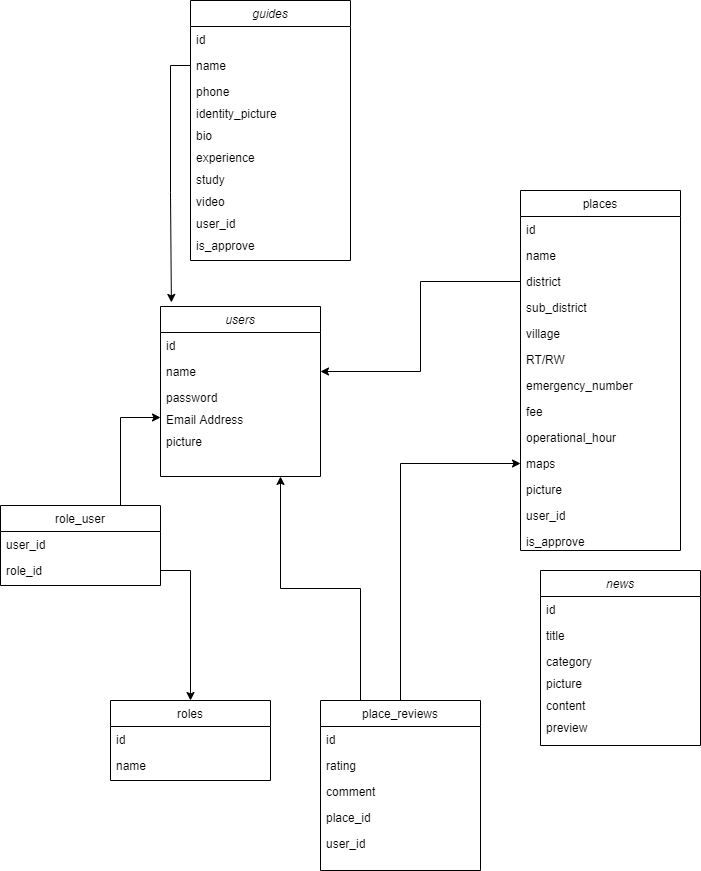
bayuprra/pariwisata-babel keeps this draw.io diagram as uml/classnew.drawio.png. Above is the earlier version. Source tidied: cells renumbered, new cells last; positions are measured from the earlier drawing's top-left corner, leaving out a move shared by most shapes.
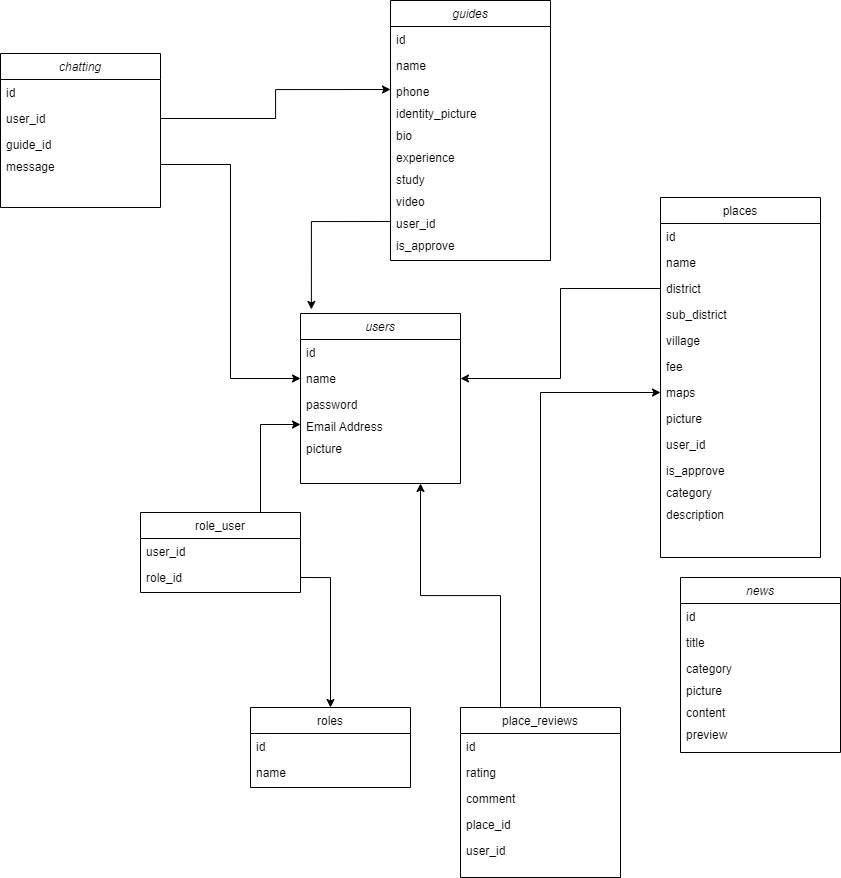
After the commit.

Commit message:
view place and chatting

Change to the diagram source:
```diff
@@ -71,30 +71,27 @@
     <mxCell id="24" value="village" style="text;align=left;verticalAlign=top;spacingLeft=4;spacingRight=4;overflow=hidden;rounded=0;shadow=0;html=0;" parent="19" vertex="1">
       <mxGeometry y="130" width="160" height="26" as="geometry" />
     </mxCell>
-    <mxCell id="25" value="RT/RW" style="text;align=left;verticalAlign=top;spacingLeft=4;spacingRight=4;overflow=hidden;" parent="19" vertex="1">
-      <mxGeometry y="156" width="160" height="26" as="geometry" />
-    </mxCell>
-    <mxCell id="26" value="emergency_number" style="text;align=left;verticalAlign=top;spacingLeft=4;spacingRight=4;overflow=hidden;" parent="19" vertex="1">
-      <mxGeometry y="182" width="160" height="26" as="geometry" />
-    </mxCell>
     <mxCell id="27" value="fee" style="text;align=left;verticalAlign=top;spacingLeft=4;spacingRight=4;overflow=hidden;" parent="19" vertex="1">
-      <mxGeometry y="208" width="160" height="26" as="geometry" />
+      <mxGeometry y="156" width="160" height="26" as="geometry" />
     </mxCell>
-    <mxCell id="28" value="operational_hour" style="text;align=left;verticalAlign=top;spacingLeft=4;spacingRight=4;overflow=hidden;" parent="19" vertex="1">
-      <mxGeometry y="234" width="160" height="26" as="geometry" />
-    </mxCell>
     <mxCell id="29" value="maps" style="text;align=left;verticalAlign=top;spacingLeft=4;spacingRight=4;overflow=hidden;points=[[0,0.5],[1,0.5]];portConstraint=eastwest;" parent="19" vertex="1">
-      <mxGeometry y="260" width="160" height="26" as="geometry" />
+      <mxGeometry y="182" width="160" height="26" as="geometry" />
     </mxCell>
     <mxCell id="30" value="picture" style="text;align=left;verticalAlign=top;spacingLeft=4;spacingRight=4;overflow=hidden;" parent="19" vertex="1">
-      <mxGeometry y="286" width="160" height="26" as="geometry" />
+      <mxGeometry y="208" width="160" height="26" as="geometry" />
     </mxCell>
     <mxCell id="31" value="user_id" style="text;align=left;verticalAlign=top;spacingLeft=4;spacingRight=4;overflow=hidden;" parent="19" vertex="1">
-      <mxGeometry y="312" width="160" height="26" as="geometry" />
+      <mxGeometry y="234" width="160" height="26" as="geometry" />
     </mxCell>
     <mxCell id="32" value="is_approve" style="text;align=left;verticalAlign=top;spacingLeft=4;spacingRight=4;overflow=hidden;rounded=0;shadow=0;html=0;" parent="19" vertex="1">
-      <mxGeometry y="338" width="160" height="22" as="geometry" />
+      <mxGeometry y="260" width="160" height="22" as="geometry" />
     </mxCell>
+    <mxCell id="58" value="category" style="text;align=left;verticalAlign=top;spacingLeft=4;spacingRight=4;overflow=hidden;rounded=0;shadow=0;html=0;" parent="19" vertex="1">
+      <mxGeometry y="282" width="160" height="22" as="geometry" />
+    </mxCell>
+    <mxCell id="59" value="description" style="text;align=left;verticalAlign=top;spacingLeft=4;spacingRight=4;overflow=hidden;rounded=0;shadow=0;html=0;" parent="19" vertex="1">
+      <mxGeometry y="304" width="160" height="22" as="geometry" />
+    </mxCell>
     <mxCell id="33" style="edgeStyle=orthogonalEdgeStyle;rounded=0;jettySize=auto;html=1;exitX=0.75;exitY=0;exitDx=0;exitDy=0;entryX=0;entryY=0.5;entryDx=0;entryDy=0;" parent="1" edge="1" source="34" target="6">
       <mxGeometry relative="1" as="geometry" />
     </mxCell>
@@ -132,7 +129,7 @@
       <mxGeometry relative="1" as="geometry" />
     </mxCell>
     <mxCell id="45" value="guides" style="swimlane;fontStyle=2;align=center;verticalAlign=top;horizontal=1;startSize=26;rounded=0;shadow=0;strokeWidth=1;" parent="1" vertex="1">
-      <mxGeometry x="190" width="160" height="260" as="geometry" />
+      <mxGeometry x="250" y="-7" width="160" height="260" as="geometry" />
     </mxCell>
     <mxCell id="46" value="id" style="text;align=left;verticalAlign=top;spacingLeft=4;spacingRight=4;overflow=hidden;" parent="45" vertex="1">
       <mxGeometry y="26" width="160" height="26" as="geometry" />
@@ -164,11 +161,32 @@
     <mxCell id="55" value="is_approve" style="text;align=left;verticalAlign=top;spacingLeft=4;spacingRight=4;overflow=hidden;rounded=0;shadow=0;html=0;" parent="45" vertex="1">
       <mxGeometry y="232" width="160" height="22" as="geometry" />
     </mxCell>
-    <mxCell id="56" style="edgeStyle=orthogonalEdgeStyle;rounded=0;jettySize=auto;html=1;exitX=0;exitY=0.5;exitDx=0;exitDy=0;entryX=0.068;entryY=-0.024;entryDx=0;entryDy=0;entryPerimeter=0;" parent="1" edge="1" source="47" target="2">
+    <mxCell id="56" style="edgeStyle=orthogonalEdgeStyle;rounded=0;jettySize=auto;html=1;exitX=0;exitY=0.5;exitDx=0;exitDy=0;entryX=0.068;entryY=-0.024;entryDx=0;entryDy=0;entryPerimeter=0;" parent="1" edge="1" source="54" target="2">
       <mxGeometry relative="1" as="geometry" />
     </mxCell>
     <mxCell id="57" style="edgeStyle=orthogonalEdgeStyle;rounded=0;jettySize=auto;html=1;exitX=0;exitY=0.5;exitDx=0;exitDy=0;entryX=1;entryY=0.5;entryDx=0;entryDy=0;" parent="1" edge="1" source="22" target="4">
       <mxGeometry relative="1" as="geometry" />
     </mxCell>
+    <mxCell id="60" value="chatting" style="swimlane;fontStyle=2;align=center;verticalAlign=top;horizontal=1;startSize=26;rounded=0;shadow=0;strokeWidth=1;" parent="1" vertex="1">
+      <mxGeometry x="-140" y="46" width="160" height="154" as="geometry" />
+    </mxCell>
+    <mxCell id="61" value="id" style="text;align=left;verticalAlign=top;spacingLeft=4;spacingRight=4;overflow=hidden;" parent="60" vertex="1">
+      <mxGeometry y="26" width="160" height="26" as="geometry" />
+    </mxCell>
+    <mxCell id="62" value="user_id" style="text;align=left;verticalAlign=top;spacingLeft=4;spacingRight=4;overflow=hidden;points=[[0,0.5],[1,0.5]];portConstraint=eastwest;rounded=0;shadow=0;html=0;" parent="60" vertex="1">
+      <mxGeometry y="52" width="160" height="26" as="geometry" />
+    </mxCell>
+    <mxCell id="63" value="guide_id" style="text;align=left;verticalAlign=top;spacingLeft=4;spacingRight=4;overflow=hidden;rounded=0;shadow=0;html=0;" parent="60" vertex="1">
+      <mxGeometry y="78" width="160" height="22" as="geometry" />
+    </mxCell>
+    <mxCell id="64" value="message" style="text;align=left;verticalAlign=top;spacingLeft=4;spacingRight=4;overflow=hidden;points=[[0,0.5],[1,0.5]];portConstraint=eastwest;rounded=0;shadow=0;html=0;" parent="60" vertex="1">
+      <mxGeometry y="100" width="160" height="22" as="geometry" />
+    </mxCell>
+    <mxCell id="65" style="edgeStyle=orthogonalEdgeStyle;rounded=0;jettySize=auto;html=1;exitX=1;exitY=0.5;exitDx=0;exitDy=0;entryX=0;entryY=0.5;entryDx=0;entryDy=0;" parent="1" edge="1" source="64" target="4">
+      <mxGeometry relative="1" as="geometry" />
+    </mxCell>
+    <mxCell id="66" style="edgeStyle=orthogonalEdgeStyle;rounded=0;jettySize=auto;html=1;exitX=1;exitY=0.5;exitDx=0;exitDy=0;entryX=0;entryY=0.5;entryDx=0;entryDy=0;" parent="1" edge="1" source="62" target="48">
+      <mxGeometry relative="1" as="geometry" />
+    </mxCell>
   </root>
 </mxGraphModel>
```
